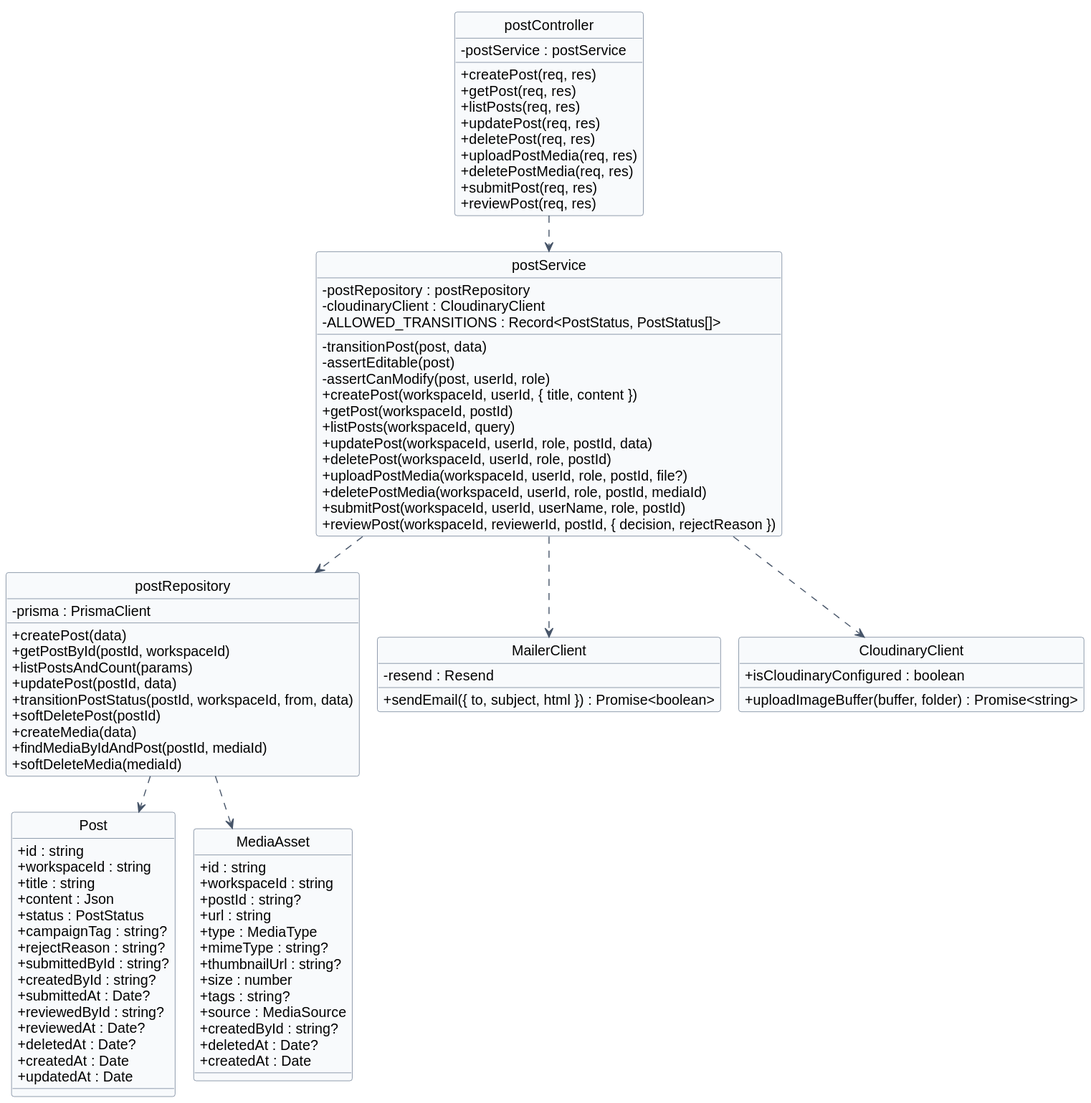
Pham-Hong-Ky/marka-capstone keeps this PlantUML diagram as docs/diagrams/05-post.svg. Above is the earlier version.
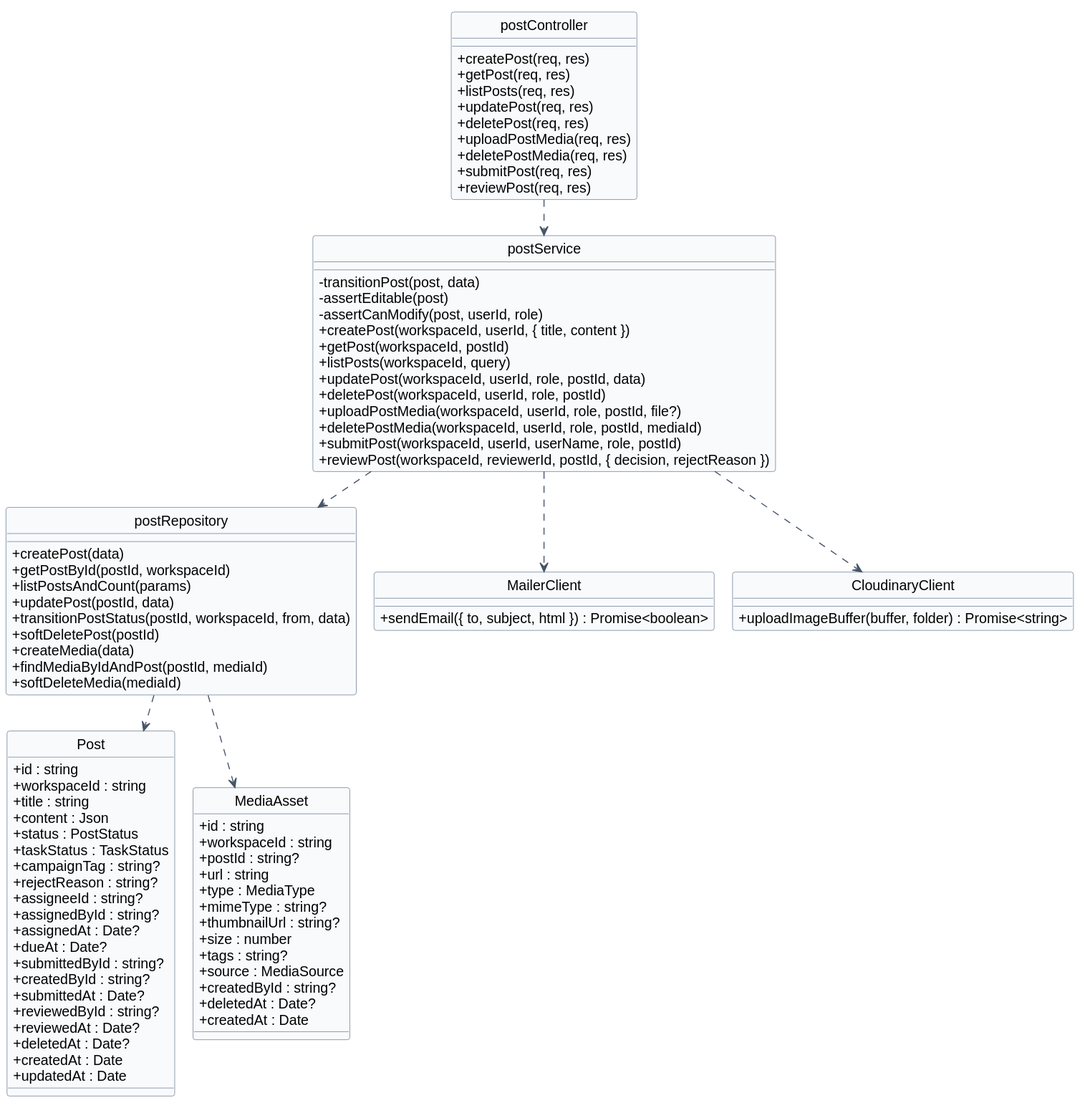
After the change.

Diff of the diagram source:
```diff
@@ -21,8 +21,13 @@
   + title : string
   + content : Json
   + status : PostStatus
+  + taskStatus : TaskStatus
   + campaignTag : string?
   + rejectReason : string?
+  + assigneeId : string?
+  + assignedById : string?
+  + assignedAt : Date?
+  + dueAt : Date?
   + submittedById : string?
   + createdById : string?
   + submittedAt : Date?
@@ -50,7 +55,6 @@
 }
 
 class "postController" as postController {
-  - postService : postService
   + createPost(req, res)
   + getPost(req, res)
   + listPosts(req, res)
@@ -63,9 +67,6 @@
 }
 
 class "postService" as postService {
-  - postRepository : postRepository
-  - cloudinaryClient : CloudinaryClient
-  - ALLOWED_TRANSITIONS : Record<PostStatus, PostStatus[]>
   - transitionPost(post, data)
   - assertEditable(post)
   - assertCanModify(post, userId, role)
@@ -81,7 +82,6 @@
 }
 
 class "postRepository" as postRepository {
-  - prisma : PrismaClient
   + createPost(data)
   + getPostById(postId, workspaceId)
   + listPostsAndCount(params)
@@ -94,12 +94,10 @@
 }
 
 class "MailerClient" as mailerClient {
-  - resend : Resend
   + sendEmail({ to, subject, html }) : Promise<boolean>
 }
 
 class "CloudinaryClient" as cloudinaryClient {
-  + isCloudinaryConfigured : boolean
   + uploadImageBuffer(buffer, folder) : Promise<string>
 }
 
```
